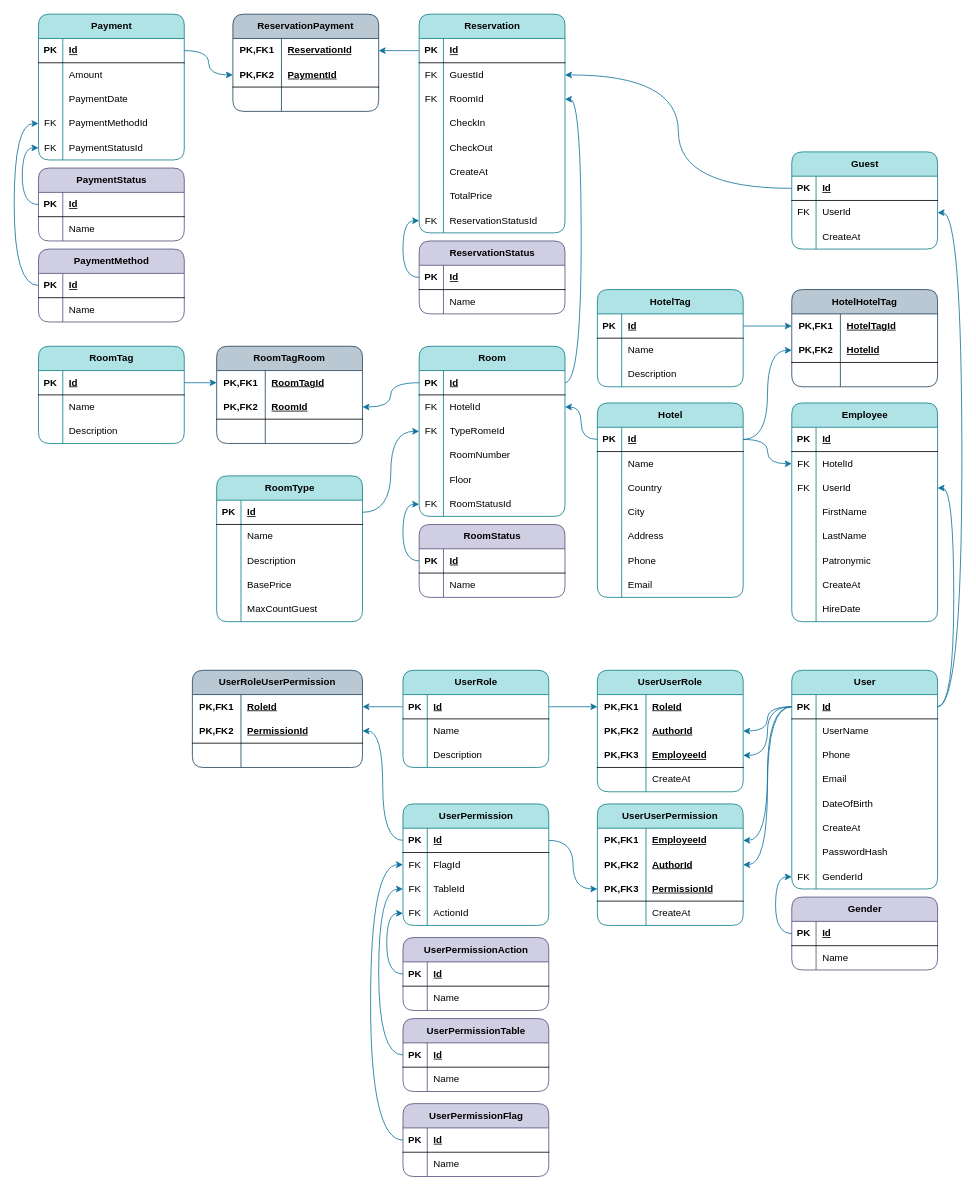
The draw.io diagram Program/Server/Documentation/ER-Database.drawio in Shevchenko-Eduard/Re-ception, before the edit. Source tidied: cells renumbered, new cells numbered last; positions are measured from the earlier drawing's top-left corner, leaving out a move shared by most shapes. Both pictures are drawn from the tidied source at 81%, with x=0, y=0 at pixel (14, 14).
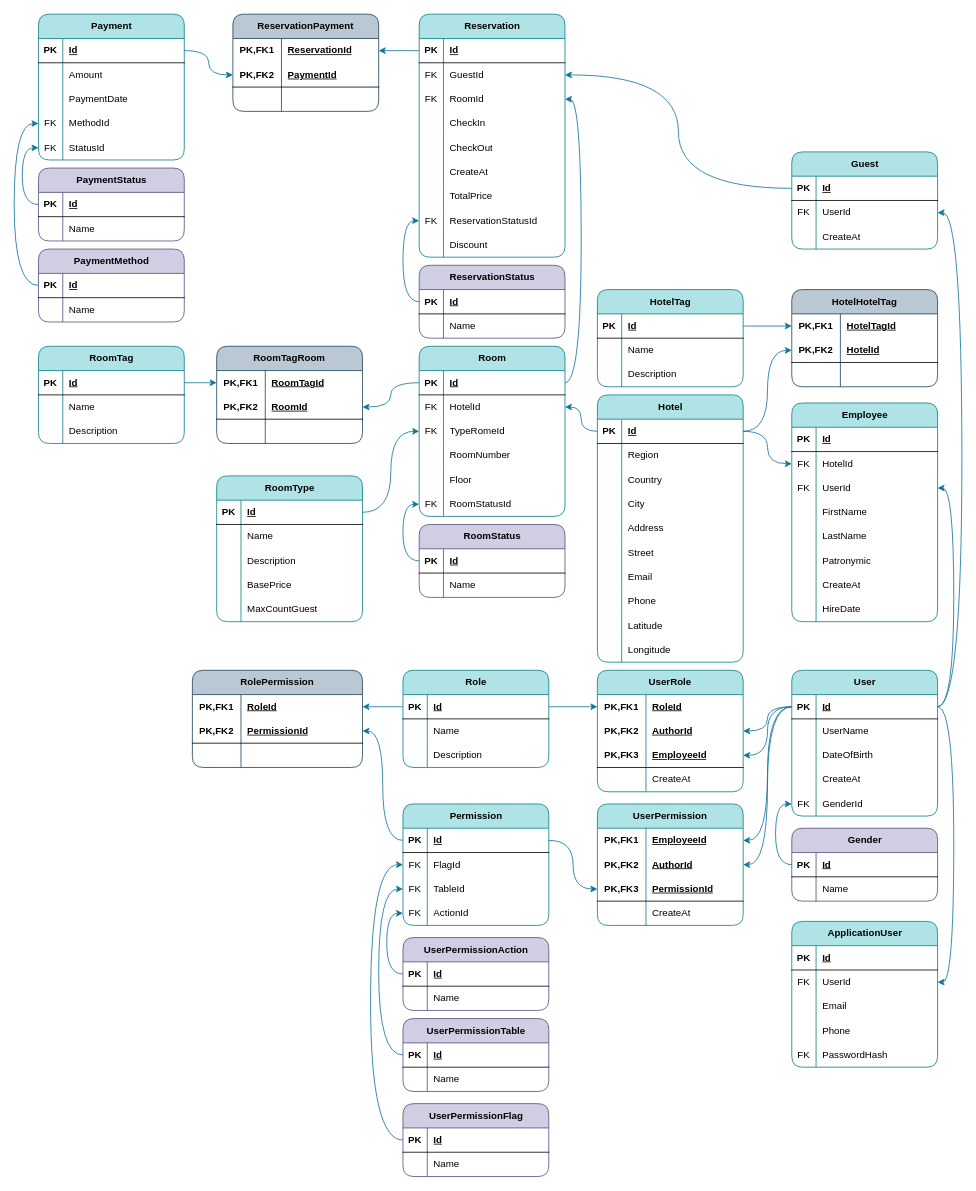
After the change.

The change refers to these unchanged cells:
```xml
<mxCell id="65" style="shape=tableRow;horizontal=0;startSize=0;swimlaneHead=0;swimlaneBody=0;fillColor=none;top=0;left=0;right=0;bottom=0;" parent="61" vertex="1">
  <mxGeometry y="60" width="180" height="30" as="geometry" />
</mxCell>
<mxCell id="77" style="shape=tableRow;horizontal=0;startSize=0;swimlaneHead=0;swimlaneBody=0;fillColor=none;top=0;left=0;right=0;bottom=0;" parent="61" vertex="1">
  <mxGeometry y="180" width="180" height="30" as="geometry" />
</mxCell>
<mxCell id="187" style="shape=tableRow;horizontal=0;startSize=0;swimlaneHead=0;swimlaneBody=0;fillColor=none;points=[[0,0.5],[1,0.5]];portConstraint=eastwest;top=0;left=0;right=0;bottom=0;" parent="177" vertex="1">
  <mxGeometry y="120" width="180" height="30" as="geometry" />
</mxCell>
<mxCell id="190" style="shape=tableRow;horizontal=0;startSize=0;swimlaneHead=0;swimlaneBody=0;fillColor=none;points=[[0,0.5],[1,0.5]];portConstraint=eastwest;top=0;left=0;right=0;bottom=0;" parent="177" vertex="1">
  <mxGeometry y="150" width="180" height="30" as="geometry" />
</mxCell>
<mxCell id="319" style="shape=tableRow;horizontal=0;startSize=0;swimlaneHead=0;swimlaneBody=0;fillColor=none;points=[[0,0.5],[1,0.5]];portConstraint=eastwest;top=0;left=0;right=0;bottom=1;" parent="318" vertex="1">
  <mxGeometry y="30" width="180" height="30" as="geometry" />
</mxCell>
```

Diff of the diagram source:
```diff
@@
     <mxCell id="61" value="Hotel" style="shape=table;startSize=30;childLayout=tableLayout;rowLines=0;fontStyle=1;align=center;html=1;rounded=1;fillColor=#b0e3e6;strokeColor=#0e8088;" parent="1" vertex="1">
-      <mxGeometry x="720" y="480" width="180" height="240" as="geometry" />
+      <mxGeometry x="720" y="470" width="180" height="330" as="geometry" />
     </mxCell>
@@
-    <mxCell id="67" value="Name" style="shape=partialRectangle;fillColor=none;top=0;left=0;bottom=0;right=0;align=left;spacingLeft=6;overflow=hidden;whiteSpace=wrap;html=1;" parent="65" vertex="1">
+    <mxCell id="67" value="Region" style="shape=partialRectangle;fillColor=none;top=0;left=0;bottom=0;right=0;align=left;spacingLeft=6;overflow=hidden;whiteSpace=wrap;html=1;" parent="65" vertex="1">
       <mxGeometry x="30" width="150" height="30" as="geometry" />
     </mxCell>
@@
-    <mxCell id="79" value="Phone" style="shape=partialRectangle;fillColor=none;top=0;left=0;bottom=0;right=0;align=left;spacingLeft=6;overflow=hidden;whiteSpace=wrap;html=1;" parent="77" vertex="1">
+    <mxCell id="79" value="Street" style="shape=partialRectangle;fillColor=none;top=0;left=0;bottom=0;right=0;align=left;spacingLeft=6;overflow=hidden;whiteSpace=wrap;html=1;" parent="77" vertex="1">
       <mxGeometry x="30" width="150" height="30" as="geometry" />
     </mxCell>
@@
+    <mxCell id="354" style="shape=tableRow;horizontal=0;startSize=0;swimlaneHead=0;swimlaneBody=0;fillColor=none;top=0;left=0;right=0;bottom=0;" parent="61" vertex="1">
+      <mxGeometry y="240" width="180" height="30" as="geometry" />
+    </mxCell>
+    <mxCell id="355" style="shape=partialRectangle;fillColor=none;top=0;left=0;bottom=0;right=0;overflow=hidden;whiteSpace=wrap;html=1;" parent="354" vertex="1">
+      <mxGeometry width="30" height="30" as="geometry" />
+    </mxCell>
+    <mxCell id="356" value="Phone" style="shape=partialRectangle;fillColor=none;top=0;left=0;bottom=0;right=0;align=left;spacingLeft=6;overflow=hidden;whiteSpace=wrap;html=1;" parent="354" vertex="1">
+      <mxGeometry x="30" width="150" height="30" as="geometry" />
+    </mxCell>
+    <mxCell id="357" style="shape=tableRow;horizontal=0;startSize=0;swimlaneHead=0;swimlaneBody=0;fillColor=none;top=0;left=0;right=0;bottom=0;" parent="61" vertex="1">
+      <mxGeometry y="270" width="180" height="30" as="geometry" />
+    </mxCell>
+    <mxCell id="358" style="shape=partialRectangle;fillColor=none;top=0;left=0;bottom=0;right=0;overflow=hidden;whiteSpace=wrap;html=1;" parent="357" vertex="1">
+      <mxGeometry width="30" height="30" as="geometry" />
+    </mxCell>
+    <mxCell id="359" value="Latitude" style="shape=partialRectangle;fillColor=none;top=0;left=0;bottom=0;right=0;align=left;spacingLeft=6;overflow=hidden;whiteSpace=wrap;html=1;" parent="357" vertex="1">
+      <mxGeometry x="30" width="150" height="30" as="geometry" />
+    </mxCell>
+    <mxCell id="360" style="shape=tableRow;horizontal=0;startSize=0;swimlaneHead=0;swimlaneBody=0;fillColor=none;top=0;left=0;right=0;bottom=0;" parent="61" vertex="1">
+      <mxGeometry y="300" width="180" height="30" as="geometry" />
+    </mxCell>
+    <mxCell id="361" style="shape=partialRectangle;fillColor=none;top=0;left=0;bottom=0;right=0;overflow=hidden;whiteSpace=wrap;html=1;" parent="360" vertex="1">
+      <mxGeometry width="30" height="30" as="geometry" />
+    </mxCell>
+    <mxCell id="362" value="Longitude" style="shape=partialRectangle;fillColor=none;top=0;left=0;bottom=0;right=0;align=left;spacingLeft=6;overflow=hidden;whiteSpace=wrap;html=1;" parent="360" vertex="1">
+      <mxGeometry x="30" width="150" height="30" as="geometry" />
+    </mxCell>
@@
-    <mxCell id="94" value="UserRole" style="shape=table;startSize=30;childLayout=tableLayout;rowLines=0;fontStyle=1;align=center;html=1;rounded=1;fillColor=#b0e3e6;strokeColor=#0e8088;" parent="1" vertex="1">
+    <mxCell id="94" value="&lt;div&gt;&lt;span style=&quot;background-color: transparent; color: light-dark(rgb(0, 0, 0), rgb(255, 255, 255));&quot;&gt;Role&lt;/span&gt;&lt;/div&gt;" style="shape=table;startSize=30;childLayout=tableLayout;rowLines=0;fontStyle=1;align=center;html=1;rounded=1;fillColor=#b0e3e6;strokeColor=#0e8088;" parent="1" vertex="1">
       <mxGeometry x="480" y="810" width="180" height="120" as="geometry" />
     </mxCell>
@@
-    <mxCell id="104" value="&lt;span style=&quot;text-wrap-mode: nowrap;&quot;&gt;User&lt;/span&gt;&lt;span style=&quot;text-wrap-mode: nowrap;&quot;&gt;User&lt;/span&gt;Role" style="shape=table;startSize=30;childLayout=tableLayout;rowLines=0;fontStyle=1;align=center;html=1;whiteSpace=wrap;rounded=1;fillColor=#b0e3e6;strokeColor=#0e8088;" parent="1" vertex="1">
+    <mxCell id="104" value="&lt;div&gt;&lt;span style=&quot;background-color: transparent; color: light-dark(rgb(0, 0, 0), rgb(255, 255, 255)); text-wrap-mode: nowrap;&quot;&gt;User&lt;/span&gt;&lt;span style=&quot;background-color: transparent; color: light-dark(rgb(0, 0, 0), rgb(255, 255, 255));&quot;&gt;Role&lt;/span&gt;&lt;/div&gt;" style="shape=table;startSize=30;childLayout=tableLayout;rowLines=0;fontStyle=1;align=center;html=1;whiteSpace=wrap;rounded=1;fillColor=#b0e3e6;strokeColor=#0e8088;" parent="1" vertex="1">
       <mxGeometry x="720" y="810" width="180" height="150" as="geometry" />
     </mxCell>
@@
-    <mxCell id="122" value="&lt;span style=&quot;text-wrap-mode: nowrap;&quot;&gt;User&lt;/span&gt;&lt;span style=&quot;text-wrap-mode: nowrap;&quot;&gt;User&lt;/span&gt;Permission" style="shape=table;startSize=30;childLayout=tableLayout;rowLines=0;fontStyle=1;align=center;html=1;whiteSpace=wrap;rounded=1;fillColor=#b0e3e6;strokeColor=#0e8088;" parent="1" vertex="1">
+    <mxCell id="122" value="&lt;span style=&quot;text-wrap-mode: nowrap;&quot;&gt;User&lt;/span&gt;Permission" style="shape=table;startSize=30;childLayout=tableLayout;rowLines=0;fontStyle=1;align=center;html=1;whiteSpace=wrap;rounded=1;fillColor=#b0e3e6;strokeColor=#0e8088;" parent="1" vertex="1">
       <mxGeometry x="720" y="975" width="180" height="150" as="geometry" />
     </mxCell>
@@
-    <mxCell id="135" value="&lt;span style=&quot;text-wrap-mode: nowrap;&quot;&gt;User&lt;/span&gt;Role&lt;span style=&quot;text-wrap-mode: nowrap;&quot;&gt;User&lt;/span&gt;Permission" style="shape=table;startSize=30;childLayout=tableLayout;rowLines=0;fontStyle=1;align=center;html=1;whiteSpace=wrap;rounded=1;fillColor=#bac8d3;strokeColor=#23445d;" parent="1" vertex="1">
+    <mxCell id="135" value="RolePermission" style="shape=table;startSize=30;childLayout=tableLayout;rowLines=0;fontStyle=1;align=center;html=1;whiteSpace=wrap;rounded=1;fillColor=#bac8d3;strokeColor=#23445d;" parent="1" vertex="1">
       <mxGeometry x="220" y="810" width="210" height="120" as="geometry" />
     </mxCell>
@@
-    <mxCell id="145" value="UserPermission" style="shape=table;startSize=30;childLayout=tableLayout;rowLines=0;fontStyle=1;align=center;html=1;rounded=1;fillColor=#b0e3e6;strokeColor=#0e8088;" parent="1" vertex="1">
+    <mxCell id="145" value="Permission" style="shape=table;startSize=30;childLayout=tableLayout;rowLines=0;fontStyle=1;align=center;html=1;rounded=1;fillColor=#b0e3e6;strokeColor=#0e8088;" parent="1" vertex="1">
       <mxGeometry x="480" y="975" width="180" height="150" as="geometry" />
     </mxCell>
@@
-    <mxCell id="189" value="PaymentMethodId" style="shape=partialRectangle;fillColor=none;top=0;left=0;bottom=0;right=0;align=left;spacingLeft=6;overflow=hidden;whiteSpace=wrap;html=1;" parent="187" vertex="1">
+    <mxCell id="189" value="MethodId" style="shape=partialRectangle;fillColor=none;top=0;left=0;bottom=0;right=0;align=left;spacingLeft=6;overflow=hidden;whiteSpace=wrap;html=1;" parent="187" vertex="1">
       <mxGeometry x="30" width="150" height="30" as="geometry" />
     </mxCell>
@@
-    <mxCell id="192" value="PaymentStatusId" style="shape=partialRectangle;fillColor=none;top=0;left=0;bottom=0;right=0;align=left;spacingLeft=6;overflow=hidden;whiteSpace=wrap;html=1;" parent="190" vertex="1">
+    <mxCell id="192" value="&lt;div&gt;&lt;span style=&quot;background-color: transparent; color: light-dark(rgb(0, 0, 0), rgb(255, 255, 255));&quot;&gt;StatusId&lt;/span&gt;&lt;/div&gt;" style="shape=partialRectangle;fillColor=none;top=0;left=0;bottom=0;right=0;align=left;spacingLeft=6;overflow=hidden;whiteSpace=wrap;html=1;" parent="190" vertex="1">
       <mxGeometry x="30" width="150" height="30" as="geometry" />
     </mxCell>
@@
     <mxCell id="238" value="ReservationStatus" style="shape=table;startSize=30;childLayout=tableLayout;rowLines=0;fontStyle=1;align=center;html=1;rounded=1;fillColor=#d0cee2;strokeColor=#56517e;" parent="1" vertex="1">
-      <mxGeometry x="500" y="280" width="180" height="90" as="geometry" />
+      <mxGeometry x="500" y="310" width="180" height="90" as="geometry" />
     </mxCell>
@@
     <mxCell id="245" value="&lt;span style=&quot;text-align: left; text-wrap-mode: wrap;&quot;&gt;Reservation&lt;/span&gt;" style="shape=table;startSize=30;childLayout=tableLayout;rowLines=0;fontStyle=1;align=center;html=1;rounded=1;fillColor=#b0e3e6;strokeColor=#0e8088;" parent="1" vertex="1">
-      <mxGeometry x="500" width="180" height="270" as="geometry" />
+      <mxGeometry x="500" width="180" height="300" as="geometry" />
     </mxCell>
@@
+    <mxCell id="363" style="shape=tableRow;horizontal=0;startSize=0;swimlaneHead=0;swimlaneBody=0;fillColor=none;top=0;left=0;right=0;bottom=0;" parent="245" vertex="1">
+      <mxGeometry y="270" width="180" height="30" as="geometry" />
+    </mxCell>
+    <mxCell id="364" style="shape=partialRectangle;fillColor=none;top=0;left=0;bottom=0;right=0;overflow=hidden;whiteSpace=wrap;html=1;" parent="363" vertex="1">
+      <mxGeometry width="30" height="30" as="geometry" />
+    </mxCell>
+    <mxCell id="365" value="Discount" style="shape=partialRectangle;fillColor=none;top=0;left=0;bottom=0;right=0;align=left;spacingLeft=6;overflow=hidden;whiteSpace=wrap;html=1;" parent="363" vertex="1">
+      <mxGeometry x="30" width="150" height="30" as="geometry" />
+    </mxCell>
@@
     <mxCell id="310" value="Gender" style="shape=table;startSize=30;childLayout=tableLayout;rowLines=0;fontStyle=1;align=center;html=1;rounded=1;fillColor=#d0cee2;strokeColor=#56517e;" parent="1" vertex="1">
-      <mxGeometry x="960" y="1090" width="180" height="90" as="geometry" />
+      <mxGeometry x="960" y="1005" width="180" height="90" as="geometry" />
     </mxCell>
@@
     <mxCell id="318" value="User" style="shape=table;startSize=30;childLayout=tableLayout;rowLines=0;fontStyle=1;align=center;html=1;rounded=1;fillColor=#b0e3e6;strokeColor=#0e8088;" parent="1" vertex="1">
-      <mxGeometry x="960" y="810" width="180" height="270" as="geometry" />
+      <mxGeometry x="960" y="810" width="180" height="180" as="geometry" />
     </mxCell>
@@
-    <mxCell id="325" style="shape=tableRow;horizontal=0;startSize=0;swimlaneHead=0;swimlaneBody=0;fillColor=none;top=0;left=0;right=0;bottom=0;" parent="318" vertex="1">
-      <mxGeometry y="90" width="180" height="30" as="geometry" />
-    </mxCell>
-    <mxCell id="326" style="shape=partialRectangle;fillColor=none;top=0;left=0;bottom=0;right=0;overflow=hidden;whiteSpace=wrap;html=1;" parent="325" vertex="1">
-      <mxGeometry width="30" height="30" as="geometry" />
-    </mxCell>
-    <mxCell id="327" value="Phone" style="shape=partialRectangle;fillColor=none;top=0;left=0;bottom=0;right=0;align=left;spacingLeft=6;overflow=hidden;whiteSpace=wrap;html=1;" parent="325" vertex="1">
-      <mxGeometry x="30" width="150" height="30" as="geometry" />
-    </mxCell>
-    <mxCell id="328" style="shape=tableRow;horizontal=0;startSize=0;swimlaneHead=0;swimlaneBody=0;fillColor=none;top=0;left=0;right=0;bottom=0;" parent="318" vertex="1">
-      <mxGeometry y="120" width="180" height="30" as="geometry" />
-    </mxCell>
-    <mxCell id="329" style="shape=partialRectangle;fillColor=none;top=0;left=0;bottom=0;right=0;overflow=hidden;whiteSpace=wrap;html=1;" parent="328" vertex="1">
-      <mxGeometry width="30" height="30" as="geometry" />
-    </mxCell>
-    <mxCell id="330" value="Email" style="shape=partialRectangle;fillColor=none;top=0;left=0;bottom=0;right=0;align=left;spacingLeft=6;overflow=hidden;whiteSpace=wrap;html=1;" parent="328" vertex="1">
-      <mxGeometry x="30" width="150" height="30" as="geometry" />
-    </mxCell>
     <mxCell id="331" style="shape=tableRow;horizontal=0;startSize=0;swimlaneHead=0;swimlaneBody=0;fillColor=none;top=0;left=0;right=0;bottom=0;" parent="318" vertex="1">
-      <mxGeometry y="150" width="180" height="30" as="geometry" />
+      <mxGeometry y="90" width="180" height="30" as="geometry" />
     </mxCell>
@@
     <mxCell id="334" style="shape=tableRow;horizontal=0;startSize=0;swimlaneHead=0;swimlaneBody=0;fillColor=none;top=0;left=0;right=0;bottom=0;" parent="318" vertex="1">
-      <mxGeometry y="180" width="180" height="30" as="geometry" />
+      <mxGeometry y="120" width="180" height="30" as="geometry" />
     </mxCell>
@@
-    <mxCell id="337" style="shape=tableRow;horizontal=0;startSize=0;swimlaneHead=0;swimlaneBody=0;fillColor=none;top=0;left=0;right=0;bottom=0;" parent="318" vertex="1">
-      <mxGeometry y="210" width="180" height="30" as="geometry" />
-    </mxCell>
-    <mxCell id="338" style="shape=partialRectangle;fillColor=none;top=0;left=0;bottom=0;right=0;overflow=hidden;whiteSpace=wrap;html=1;" parent="337" vertex="1">
-      <mxGeometry width="30" height="30" as="geometry" />
-    </mxCell>
-    <mxCell id="339" value="PasswordHash" style="shape=partialRectangle;fillColor=none;top=0;left=0;bottom=0;right=0;align=left;spacingLeft=6;overflow=hidden;whiteSpace=wrap;html=1;" parent="337" vertex="1">
-      <mxGeometry x="30" width="150" height="30" as="geometry" />
-    </mxCell>
     <mxCell id="340" style="shape=tableRow;horizontal=0;startSize=0;swimlaneHead=0;swimlaneBody=0;fillColor=none;points=[[0,0.5],[1,0.5]];portConstraint=eastwest;top=0;left=0;right=0;bottom=0;" parent="318" vertex="1">
-      <mxGeometry y="240" width="180" height="30" as="geometry" />
+      <mxGeometry y="150" width="180" height="30" as="geometry" />
     </mxCell>
@@
+    <mxCell id="366" value="ApplicationUser" style="shape=table;startSize=30;childLayout=tableLayout;rowLines=0;fontStyle=1;align=center;html=1;rounded=1;fillColor=#b0e3e6;strokeColor=#0e8088;" parent="1" vertex="1">
+      <mxGeometry x="960" y="1120" width="180" height="180" as="geometry" />
+    </mxCell>
+    <mxCell id="367" style="shape=tableRow;horizontal=0;startSize=0;swimlaneHead=0;swimlaneBody=0;fillColor=none;top=0;left=0;right=0;bottom=1;" parent="366" vertex="1">
+      <mxGeometry y="30" width="180" height="30" as="geometry" />
+    </mxCell>
+    <mxCell id="368" value="PK" style="shape=partialRectangle;fillColor=none;top=0;left=0;bottom=0;right=0;fontStyle=1;overflow=hidden;whiteSpace=wrap;html=1;" parent="367" vertex="1">
+      <mxGeometry width="30" height="30" as="geometry" />
+    </mxCell>
+    <mxCell id="369" value="Id" style="shape=partialRectangle;fillColor=none;top=0;left=0;bottom=0;right=0;align=left;spacingLeft=6;fontStyle=5;overflow=hidden;whiteSpace=wrap;html=1;" parent="367" vertex="1">
+      <mxGeometry x="30" width="150" height="30" as="geometry" />
+    </mxCell>
+    <mxCell id="370" style="shape=tableRow;horizontal=0;startSize=0;swimlaneHead=0;swimlaneBody=0;fillColor=none;points=[[0,0.5],[1,0.5]];portConstraint=eastwest;top=0;left=0;right=0;bottom=0;" parent="366" vertex="1">
+      <mxGeometry y="60" width="180" height="30" as="geometry" />
+    </mxCell>
+    <mxCell id="371" value="FK" style="shape=partialRectangle;fillColor=none;top=0;left=0;bottom=0;right=0;overflow=hidden;whiteSpace=wrap;html=1;" parent="370" vertex="1">
+      <mxGeometry width="30" height="30" as="geometry" />
+    </mxCell>
+    <mxCell id="372" value="UserId" style="shape=partialRectangle;fillColor=none;top=0;left=0;bottom=0;right=0;align=left;spacingLeft=6;overflow=hidden;whiteSpace=wrap;html=1;" parent="370" vertex="1">
+      <mxGeometry x="30" width="150" height="30" as="geometry" />
+    </mxCell>
+    <mxCell id="325" style="shape=tableRow;horizontal=0;startSize=0;swimlaneHead=0;swimlaneBody=0;fillColor=none;top=0;left=0;right=0;bottom=0;" parent="366" vertex="1">
+      <mxGeometry y="90" width="180" height="30" as="geometry" />
+    </mxCell>
+    <mxCell id="373" style="shape=partialRectangle;fillColor=none;top=0;left=0;bottom=0;right=0;overflow=hidden;whiteSpace=wrap;html=1;" parent="325" vertex="1">
+      <mxGeometry width="30" height="30" as="geometry" />
+    </mxCell>
+    <mxCell id="330" value="Email" style="shape=partialRectangle;fillColor=none;top=0;left=0;bottom=0;right=0;align=left;spacingLeft=6;overflow=hidden;whiteSpace=wrap;html=1;" parent="325" vertex="1">
+      <mxGeometry x="30" width="150" height="30" as="geometry" />
+    </mxCell>
+    <mxCell id="328" style="shape=tableRow;horizontal=0;startSize=0;swimlaneHead=0;swimlaneBody=0;fillColor=none;top=0;left=0;right=0;bottom=0;" parent="366" vertex="1">
+      <mxGeometry y="120" width="180" height="30" as="geometry" />
+    </mxCell>
+    <mxCell id="374" style="shape=partialRectangle;fillColor=none;top=0;left=0;bottom=0;right=0;overflow=hidden;whiteSpace=wrap;html=1;" parent="328" vertex="1">
+      <mxGeometry width="30" height="30" as="geometry" />
+    </mxCell>
+    <mxCell id="375" value="Phone" style="shape=partialRectangle;fillColor=none;top=0;left=0;bottom=0;right=0;align=left;spacingLeft=6;overflow=hidden;whiteSpace=wrap;html=1;" parent="328" vertex="1">
+      <mxGeometry x="30" width="150" height="30" as="geometry" />
+    </mxCell>
+    <mxCell id="376" style="shape=tableRow;horizontal=0;startSize=0;swimlaneHead=0;swimlaneBody=0;fillColor=none;top=0;left=0;right=0;bottom=0;" parent="366" vertex="1">
+      <mxGeometry y="150" width="180" height="30" as="geometry" />
+    </mxCell>
+    <mxCell id="377" value="FK" style="shape=partialRectangle;fillColor=none;top=0;left=0;bottom=0;right=0;overflow=hidden;whiteSpace=wrap;html=1;" parent="376" vertex="1">
+      <mxGeometry width="30" height="30" as="geometry" />
+    </mxCell>
+    <mxCell id="339" value="PasswordHash" style="shape=partialRectangle;fillColor=none;top=0;left=0;bottom=0;right=0;align=left;spacingLeft=6;overflow=hidden;whiteSpace=wrap;html=1;" parent="376" vertex="1">
+      <mxGeometry x="30" width="150" height="30" as="geometry" />
+    </mxCell>
+    <mxCell id="378" style="edgeStyle=orthogonalEdgeStyle;rounded=0;jettySize=auto;html=1;exitX=1;exitY=0.5;exitDx=0;exitDy=0;curved=1;fillColor=#b1ddf0;strokeColor=#10739e;" parent="1" edge="1" source="319" target="370">
+      <mxGeometry relative="1" as="geometry" />
+    </mxCell>
```
